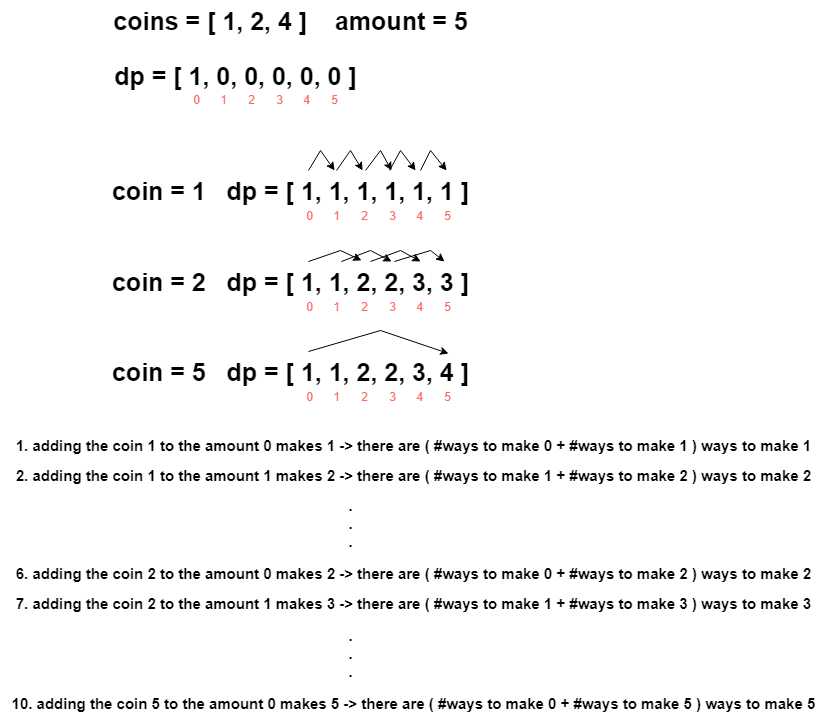
Above: Python3/img/CoinChangeII.png in ashiven/leetcode-solutions (draw.io), before the change. Source tidied: cells renumbered, new cells last; positions are measured from the earlier drawing's top-left corner, leaving out a move shared by most shapes.
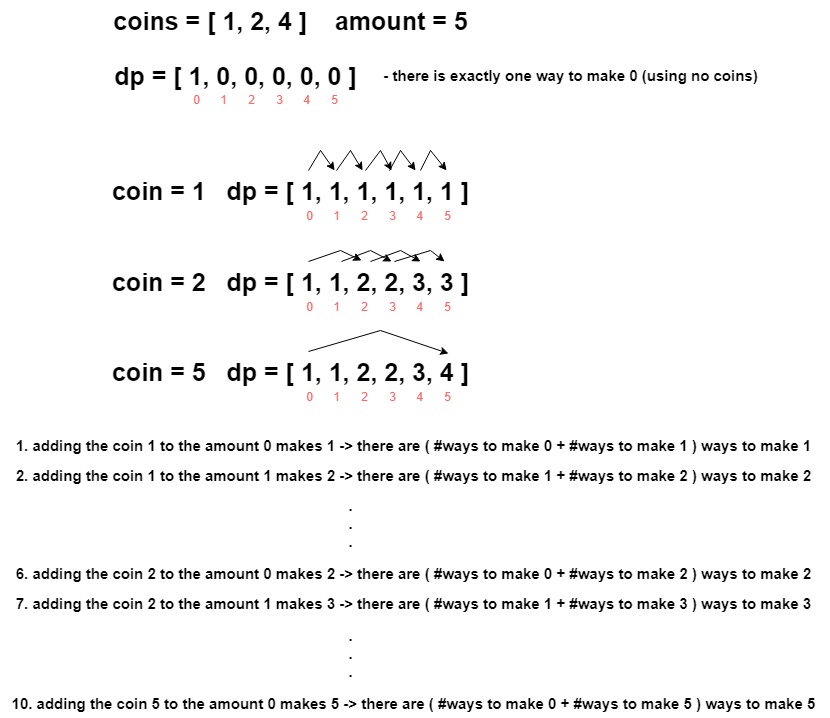
The same diagram one commit later.

The edit, as a diff of the source:
```diff
@@ -197,5 +197,8 @@
     <mxCell id="47" value="10. adding the coin 5 to the amount 0 makes 5 -&amp;gt; there are ( #ways to make 0 + #ways to make 5 ) ways to make 5&amp;nbsp;" style="text;html=1;align=center;verticalAlign=middle;strokeColor=none;fillColor=none;fontSize=15;fontStyle=1;" parent="1" vertex="1">
       <mxGeometry y="688" width="830" height="30" as="geometry" />
     </mxCell>
+    <mxCell id="48" value="- there is exactly one way to make 0 (using no coins)" style="text;html=1;align=center;verticalAlign=middle;strokeColor=none;fillColor=none;fontSize=15;fontStyle=1;" parent="1" vertex="1">
+      <mxGeometry x="370" y="60" width="400" height="30" as="geometry" />
+    </mxCell>
   </root>
 </mxGraphModel>
```
